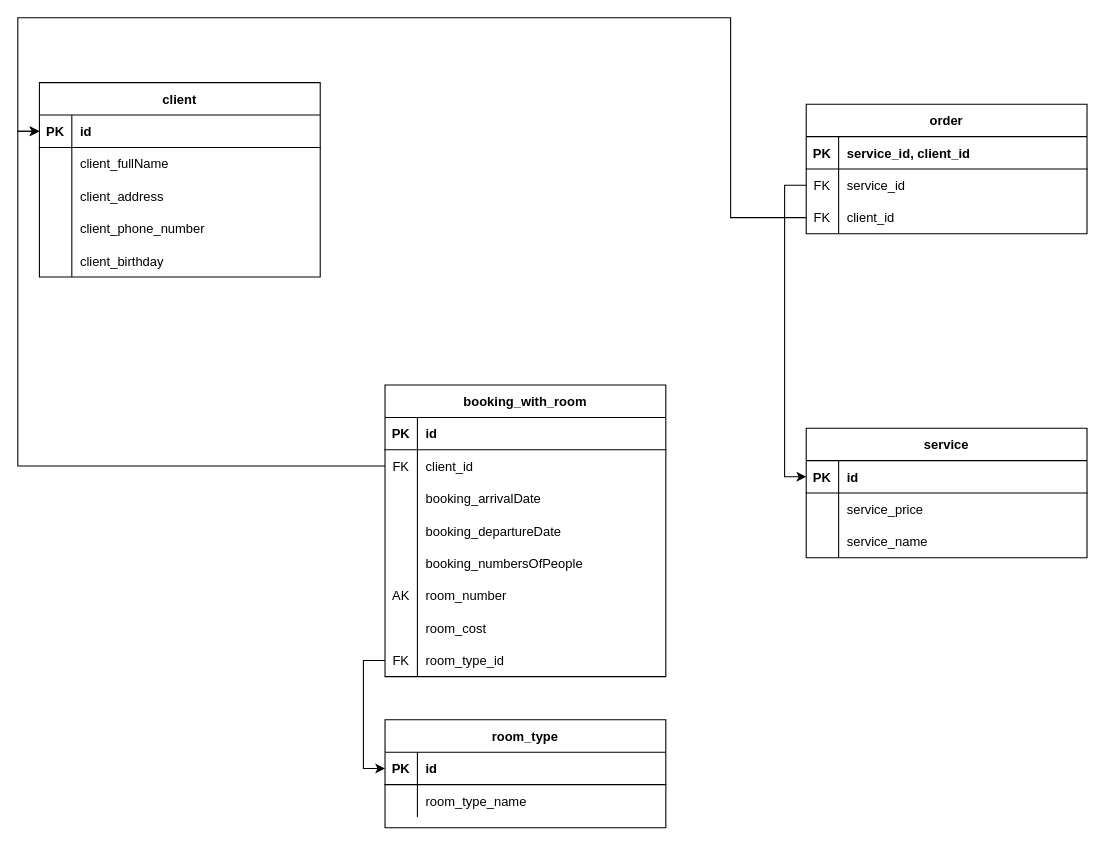
The draw.io diagram page "Физическая схема" (2 of 2) of doc/hotel_diagrams.drawio in sahland/Hotel, before the edit. Source tidied: cells renumbered, new cells numbered last; positions are measured from the earlier drawing's top-left corner, leaving out a move shared by most shapes. Both pictures are drawn from the tidied source at 108%, with x=0, y=0 at pixel (17, 17).
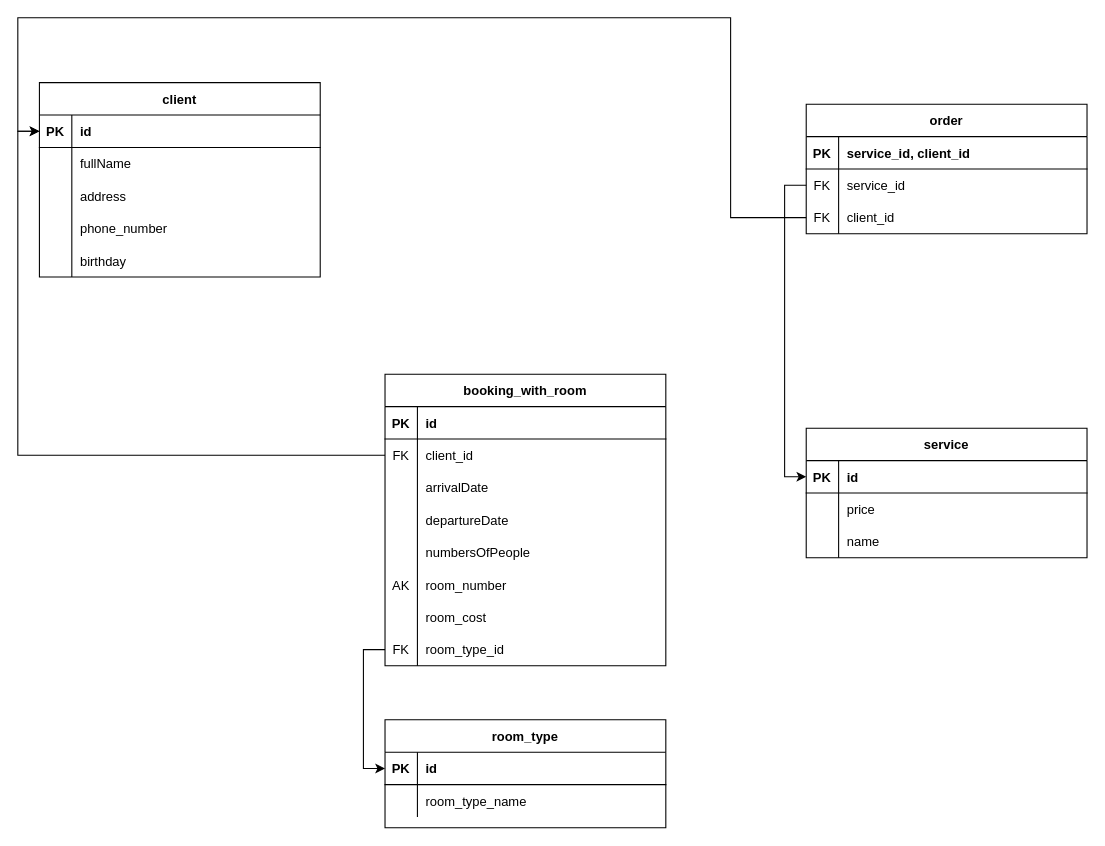
The same diagram, later.

Unchanged cells that the change refers to:
```xml
<mxCell id="6" style="shape=tableRow;horizontal=0;startSize=0;swimlaneHead=0;swimlaneBody=0;fillColor=none;top=0;left=0;right=0;bottom=0;" parent="2" vertex="1">
  <mxGeometry y="60" width="260" height="30" as="geometry" />
</mxCell>
<mxCell id="9" style="shape=tableRow;horizontal=0;startSize=0;swimlaneHead=0;swimlaneBody=0;fillColor=none;top=0;left=0;right=0;bottom=0;" parent="2" vertex="1">
  <mxGeometry y="90" width="260" height="30" as="geometry" />
</mxCell>
<mxCell id="12" style="shape=tableRow;horizontal=0;startSize=0;swimlaneHead=0;swimlaneBody=0;fillColor=none;top=0;left=0;right=0;bottom=0;" parent="2" vertex="1">
  <mxGeometry y="120" width="260" height="30" as="geometry" />
</mxCell>
<mxCell id="15" style="shape=tableRow;horizontal=0;startSize=0;swimlaneHead=0;swimlaneBody=0;fillColor=none;top=0;left=0;right=0;bottom=0;" parent="2" vertex="1">
  <mxGeometry y="150" width="260" height="30" as="geometry" />
</mxCell>
<mxCell id="25" style="shape=tableRow;horizontal=0;startSize=0;swimlaneHead=0;swimlaneBody=0;fillColor=none;top=0;left=0;right=0;bottom=0;" parent="18" vertex="1">
  <mxGeometry y="90" width="260" height="30" as="geometry" />
</mxCell>
<mxCell id="28" style="shape=tableRow;horizontal=0;startSize=0;swimlaneHead=0;swimlaneBody=0;fillColor=none;top=0;left=0;right=0;bottom=0;" parent="18" vertex="1">
  <mxGeometry y="120" width="260" height="30" as="geometry" />
</mxCell>
<mxCell id="31" style="shape=tableRow;horizontal=0;startSize=0;swimlaneHead=0;swimlaneBody=0;fillColor=none;top=0;left=0;right=0;bottom=0;" parent="18" vertex="1">
  <mxGeometry y="150" width="260" height="30" as="geometry" />
</mxCell>
<mxCell id="47" style="shape=tableRow;horizontal=0;startSize=0;swimlaneHead=0;swimlaneBody=0;fillColor=none;top=0;left=0;right=0;bottom=0;" parent="43" vertex="1">
  <mxGeometry y="60" width="260" height="30" as="geometry" />
</mxCell>
<mxCell id="50" style="shape=tableRow;horizontal=0;startSize=0;swimlaneHead=0;swimlaneBody=0;fillColor=none;top=0;left=0;right=0;bottom=0;" parent="43" vertex="1">
  <mxGeometry y="90" width="260" height="30" as="geometry" />
</mxCell>
```

Change to the diagram source:
```diff
@@
-    <mxCell id="8" value="client_fullName" style="shape=partialRectangle;fillColor=none;top=0;left=0;bottom=0;right=0;align=left;spacingLeft=6;overflow=hidden;" parent="6" vertex="1">
+    <mxCell id="8" value="fullName" style="shape=partialRectangle;fillColor=none;top=0;left=0;bottom=0;right=0;align=left;spacingLeft=6;overflow=hidden;" parent="6" vertex="1">
       <mxGeometry x="30" width="230" height="30" as="geometry" />
     </mxCell>
@@
-    <mxCell id="11" value="client_address " style="shape=partialRectangle;fillColor=none;top=0;left=0;bottom=0;right=0;align=left;spacingLeft=6;overflow=hidden;" parent="9" vertex="1">
+    <mxCell id="11" value="address " style="shape=partialRectangle;fillColor=none;top=0;left=0;bottom=0;right=0;align=left;spacingLeft=6;overflow=hidden;" parent="9" vertex="1">
       <mxGeometry x="30" width="230" height="30" as="geometry" />
     </mxCell>
@@
-    <mxCell id="14" value="client_phone_number" style="shape=partialRectangle;fillColor=none;top=0;left=0;bottom=0;right=0;align=left;spacingLeft=6;overflow=hidden;" parent="12" vertex="1">
+    <mxCell id="14" value="phone_number" style="shape=partialRectangle;fillColor=none;top=0;left=0;bottom=0;right=0;align=left;spacingLeft=6;overflow=hidden;" parent="12" vertex="1">
       <mxGeometry x="30" width="230" height="30" as="geometry" />
     </mxCell>
@@
-    <mxCell id="17" value="client_birthday" style="shape=partialRectangle;fillColor=none;top=0;left=0;bottom=0;right=0;align=left;spacingLeft=6;overflow=hidden;" parent="15" vertex="1">
+    <mxCell id="17" value="birthday" style="shape=partialRectangle;fillColor=none;top=0;left=0;bottom=0;right=0;align=left;spacingLeft=6;overflow=hidden;" parent="15" vertex="1">
       <mxGeometry x="30" width="230" height="30" as="geometry" />
     </mxCell>
     <mxCell id="18" value="booking_with_room" style="shape=table;startSize=30;childLayout=tableLayout;rowLines=0;fontStyle=1;align=center;" parent="1" vertex="1">
-      <mxGeometry x="340" y="340" width="260" height="270" as="geometry" />
+      <mxGeometry x="340" y="330" width="260" height="270" as="geometry" />
     </mxCell>
@@
-    <mxCell id="27" value="booking_arrivalDate" style="shape=partialRectangle;fillColor=none;top=0;left=0;bottom=0;right=0;align=left;spacingLeft=6;overflow=hidden;" parent="25" vertex="1">
+    <mxCell id="27" value="arrivalDate" style="shape=partialRectangle;fillColor=none;top=0;left=0;bottom=0;right=0;align=left;spacingLeft=6;overflow=hidden;" parent="25" vertex="1">
       <mxGeometry x="30" width="230" height="30" as="geometry" />
     </mxCell>
@@
-    <mxCell id="30" value="booking_departureDate" style="shape=partialRectangle;fillColor=none;top=0;left=0;bottom=0;right=0;align=left;spacingLeft=6;overflow=hidden;" parent="28" vertex="1">
+    <mxCell id="30" value="departureDate" style="shape=partialRectangle;fillColor=none;top=0;left=0;bottom=0;right=0;align=left;spacingLeft=6;overflow=hidden;" parent="28" vertex="1">
       <mxGeometry x="30" width="230" height="30" as="geometry" />
     </mxCell>
@@
-    <mxCell id="33" value="booking_numbersOfPeople" style="shape=partialRectangle;fillColor=none;top=0;left=0;bottom=0;right=0;align=left;spacingLeft=6;overflow=hidden;" parent="31" vertex="1">
+    <mxCell id="33" value="numbersOfPeople" style="shape=partialRectangle;fillColor=none;top=0;left=0;bottom=0;right=0;align=left;spacingLeft=6;overflow=hidden;" parent="31" vertex="1">
       <mxGeometry x="30" width="230" height="30" as="geometry" />
     </mxCell>
@@
-    <mxCell id="49" value="service_price" style="shape=partialRectangle;fillColor=none;top=0;left=0;bottom=0;right=0;align=left;spacingLeft=6;overflow=hidden;" parent="47" vertex="1">
+    <mxCell id="49" value="price" style="shape=partialRectangle;fillColor=none;top=0;left=0;bottom=0;right=0;align=left;spacingLeft=6;overflow=hidden;" parent="47" vertex="1">
       <mxGeometry x="30" width="230" height="30" as="geometry" />
     </mxCell>
@@
-    <mxCell id="52" value="service_name" style="shape=partialRectangle;fillColor=none;top=0;left=0;bottom=0;right=0;align=left;spacingLeft=6;overflow=hidden;" parent="50" vertex="1">
+    <mxCell id="52" value="name" style="shape=partialRectangle;fillColor=none;top=0;left=0;bottom=0;right=0;align=left;spacingLeft=6;overflow=hidden;" parent="50" vertex="1">
       <mxGeometry x="30" width="230" height="30" as="geometry" />
     </mxCell>
```
